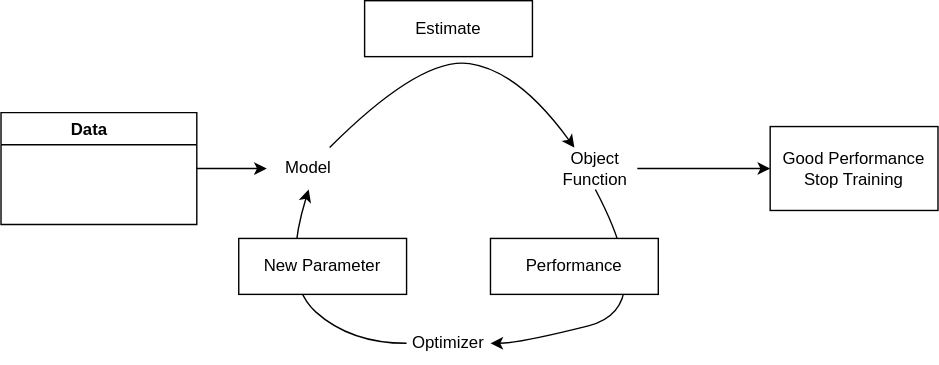
Above: media/Supervised Learning.drawio.svg in arun-jathari/data-science- (draw.io), before the change. Source tidied: cells renumbered, new cells last; positions are measured from the earlier drawing's top-left corner, leaving out a move shared by most shapes.
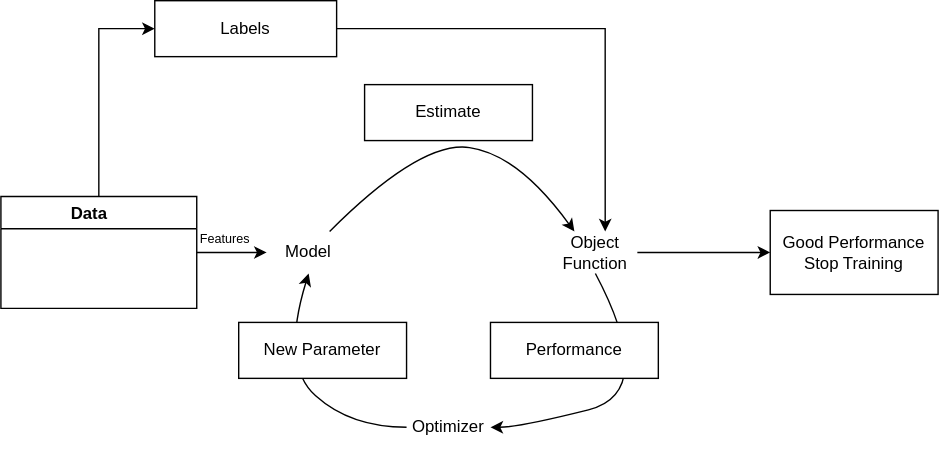
After the commit.

Diff of the diagram source:
```diff
@@ -5,6 +5,9 @@
     <mxCell id="2" style="edgeStyle=orthogonalEdgeStyle;rounded=0;jettySize=auto;html=1;exitX=1;exitY=0.5;exitDx=0;exitDy=0;entryX=0;entryY=0.5;entryDx=0;entryDy=0;" parent="1" edge="1" source="3" target="4">
       <mxGeometry relative="1" as="geometry" />
     </mxCell>
+    <mxCell id="15" style="edgeStyle=orthogonalEdgeStyle;rounded=0;jettySize=auto;html=1;exitX=0.5;exitY=0;exitDx=0;exitDy=0;entryX=0;entryY=0.5;entryDx=0;entryDy=0;" parent="1" edge="1" source="3" target="17">
+      <mxGeometry relative="1" as="geometry" />
+    </mxCell>
     <mxCell id="3" value="Data    " style="swimlane;" parent="1" vertex="1">
       <mxGeometry y="80" width="140" height="80" as="geometry" />
     </mxCell>
@@ -56,5 +59,19 @@
     <mxCell id="14" value="Performance" style="rounded=0;whiteSpace=wrap;html=1;" parent="1" vertex="1">
       <mxGeometry x="350" y="170" width="120" height="40" as="geometry" />
     </mxCell>
+    <mxCell id="16" style="edgeStyle=orthogonalEdgeStyle;rounded=0;jettySize=auto;html=1;exitX=1;exitY=0.5;exitDx=0;exitDy=0;entryX=0.617;entryY=0;entryDx=0;entryDy=0;entryPerimeter=0;" parent="1" edge="1" source="17" target="6">
+      <mxGeometry relative="1" as="geometry">
+        <Array as="points">
+          <mxPoint x="240" y="-40" />
+          <mxPoint x="432" y="-40" />
+        </Array>
+      </mxGeometry>
+    </mxCell>
+    <mxCell id="17" value="Labels" style="rounded=0;whiteSpace=wrap;html=1;" parent="1" vertex="1">
+      <mxGeometry x="110" y="-60" width="130" height="40" as="geometry" />
+    </mxCell>
+    <mxCell id="18" value="&lt;font style=&quot;font-size: 9px&quot;&gt;Features&lt;/font&gt;" style="text;html=1;align=center;verticalAlign=middle;strokeColor=none;fillColor=none;" parent="1" vertex="1">
+      <mxGeometry x="135" y="100" width="50" height="20" as="geometry" />
+    </mxCell>
   </root>
 </mxGraphModel>
```
